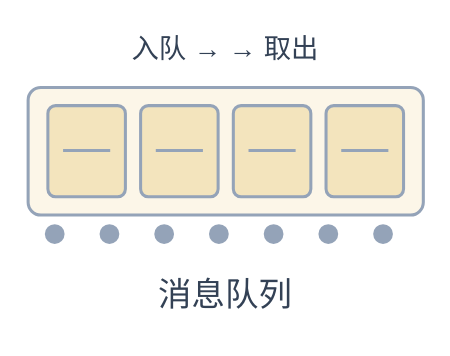
Before: assets/components/queue.drawio in henry867/drawio-visuals-skill, a draw.io diagram. Source tidied: cells renumbered, new cells numbered last; positions are measured from the earlier drawing's top-left corner, leaving out a move shared by most shapes. Both pictures are drawn from the tidied source at 152%, with x=0, y=0 at pixel (27, 26).
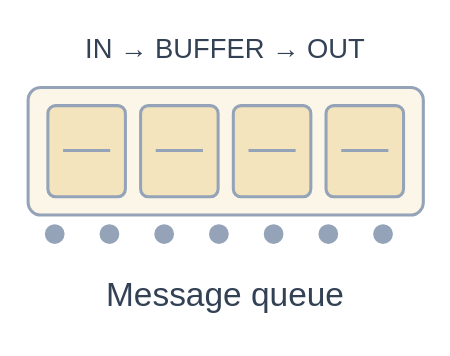
After the change.

Unchanged cells that the change refers to:
```xml
<mxCell id="2" style="group;" parent="1" vertex="1">
  <mxGeometry width="260" height="200" as="geometry" />
</mxCell>
```

What changed in the source:
```diff
@@
-    <mxCell id="3" value="入队 →  → 取出" style="html=1;whiteSpace=wrap;fontFamily=Helvetica;fontSize=20;fontColor=#334155;text;fillColor=none;strokeColor=none;align=center;verticalAlign=middle;fontSize=18;fontColor=#334155;" parent="2" vertex="1">
+    <mxCell id="3" value="IN → BUFFER → OUT" style="html=1;whiteSpace=wrap;fontFamily=Helvetica;fontSize=20;fontColor=#334155;text;fillColor=none;strokeColor=none;align=center;verticalAlign=middle;fontSize=18;fontColor=#334155;" parent="2" vertex="1">
       <mxGeometry width="260" height="30" as="geometry" />
     </mxCell>
@@
-    <mxCell id="20" value="消息队列" style="html=1;whiteSpace=wrap;fontFamily=Helvetica;fontSize=20;fontColor=#334155;text;fillColor=none;strokeColor=none;align=center;verticalAlign=middle;fontSize=22;fontColor=#334155;" parent="2" vertex="1">
+    <mxCell id="20" value="Message queue" style="html=1;whiteSpace=wrap;fontFamily=Helvetica;fontSize=20;fontColor=#334155;text;fillColor=none;strokeColor=none;align=center;verticalAlign=middle;fontSize=22;fontColor=#334155;" parent="2" vertex="1">
       <mxGeometry y="161" width="260" height="32" as="geometry" />
     </mxCell>
```
